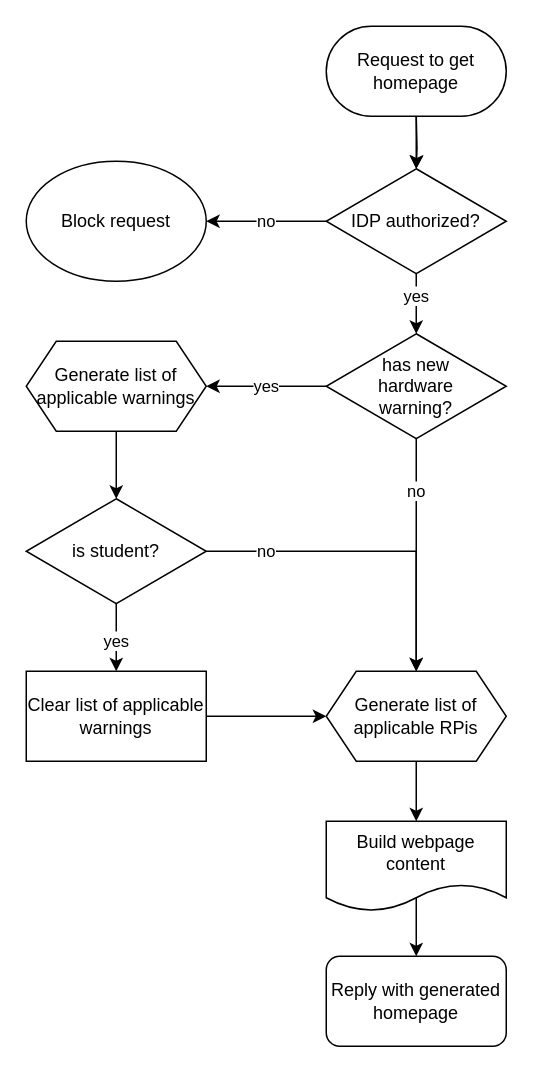
Before: docs/diagrams/get-ip.drawio in B-McDonnell/autopi, a draw.io diagram. Source tidied: cells renumbered, new cells numbered last; positions are measured from the earlier drawing's top-left corner, leaving out a move shared by most shapes. Both pictures are drawn from the tidied source at 150%, with x=0, y=0 at pixel (26, 26).
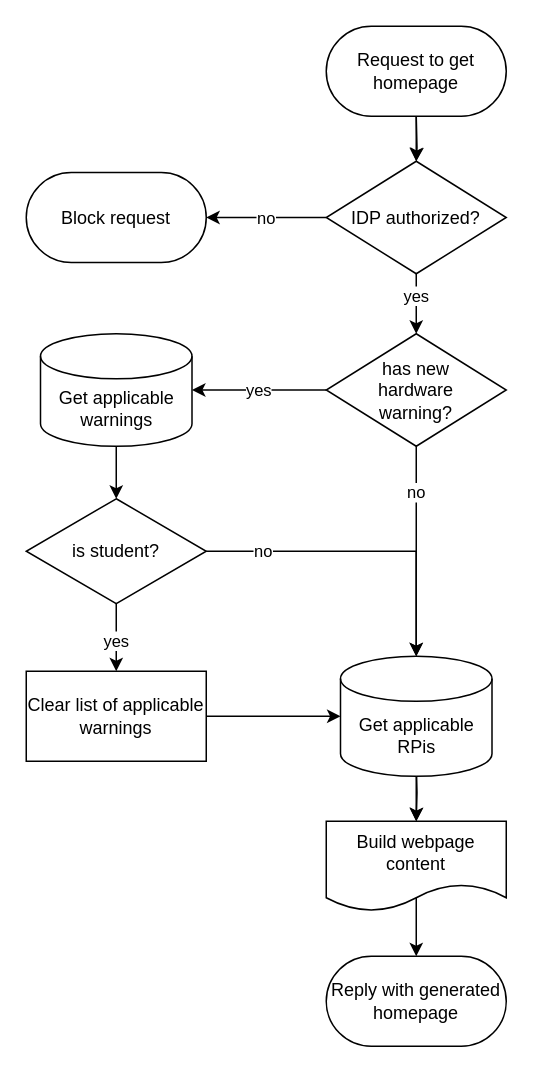
The same diagram, later.

Commit message (it also covers changes not shown here):
Corrected homepage creation abstraction

The change refers to these unchanged cells:
```xml
<mxCell id="10" value="Clear list of applicable warnings" style="rounded=1;whiteSpace=wrap;html=1;arcSize=0;" parent="1" vertex="1">
  <mxGeometry y="430" width="120" height="60" as="geometry" />
</mxCell>
<mxCell id="12" value="is student?" style="rhombus;whiteSpace=wrap;html=1;" parent="1" vertex="1">
  <mxGeometry y="315" width="120" height="70" as="geometry" />
</mxCell>
<mxCell id="16" value="Build webpage content" style="shape=document;whiteSpace=wrap;html=1;boundedLbl=1;" parent="1" vertex="1">
  <mxGeometry x="200" y="530" width="120" height="60" as="geometry" />
</mxCell>
```

What changed in the source:
```diff
@@
+    <mxCell id="3" value="yes" style="edgeStyle=orthogonalEdgeStyle;rounded=0;jettySize=auto;html=1;" parent="1" edge="1" source="4" target="9">
+      <mxGeometry x="-0.25" relative="1" as="geometry" />
+    </mxCell>
@@
-    <mxCell id="3" value="yes" style="edgeStyle=orthogonalEdgeStyle;rounded=0;jettySize=auto;html=1;" parent="1" edge="1" source="4" target="9">
-      <mxGeometry x="-0.25" relative="1" as="geometry" />
-    </mxCell>
     <mxCell id="4" value="IDP authorized?" style="rhombus;whiteSpace=wrap;html=1;" parent="1" vertex="1">
-      <mxGeometry x="200" y="95" width="120" height="70" as="geometry" />
+      <mxGeometry x="200" y="90" width="120" height="75" as="geometry" />
     </mxCell>
@@
-    <mxCell id="6" value="Block request" style="ellipse;whiteSpace=wrap;html=1;" parent="1" vertex="1">
-      <mxGeometry y="90" width="120" height="80" as="geometry" />
-    </mxCell>
-    <mxCell id="7" value="yes" style="edgeStyle=orthogonalEdgeStyle;rounded=0;jettySize=auto;html=1;" parent="1" edge="1" source="9" target="19">
+    <mxCell id="7" value="yes" style="edgeStyle=orthogonalEdgeStyle;rounded=0;jettySize=auto;html=1;" parent="1" edge="1" source="9" target="24">
       <mxGeometry relative="1" as="geometry" />
     </mxCell>
-    <mxCell id="8" value="no" style="edgeStyle=orthogonalEdgeStyle;rounded=0;jettySize=auto;html=1;" parent="1" edge="1" source="9" target="18">
+    <mxCell id="8" value="no" style="edgeStyle=orthogonalEdgeStyle;rounded=0;jettySize=auto;html=1;" parent="1" edge="1" source="9" target="26">
       <mxGeometry x="-0.55" relative="1" as="geometry" />
     </mxCell>
     <mxCell id="9" value="&lt;div&gt;has new&lt;/div&gt;&lt;div&gt;hardware&lt;/div&gt;&lt;div&gt;warning?&lt;/div&gt;" style="rhombus;whiteSpace=wrap;html=1;" parent="1" vertex="1">
-      <mxGeometry x="200" y="205" width="120" height="70" as="geometry" />
+      <mxGeometry x="200" y="205" width="120" height="75" as="geometry" />
     </mxCell>
@@
-    <mxCell id="11" value="no" style="edgeStyle=orthogonalEdgeStyle;rounded=0;jettySize=auto;html=1;entryX=0.5;entryY=0;entryDx=0;entryDy=0;" parent="1" edge="1" source="12" target="18">
+    <mxCell id="11" value="no" style="edgeStyle=orthogonalEdgeStyle;rounded=0;jettySize=auto;html=1;" parent="1" edge="1" source="12" target="26">
       <mxGeometry x="-0.64" relative="1" as="geometry" />
     </mxCell>
@@
-    <mxCell id="13" style="endArrow=classic;html=1;" parent="1" edge="1" source="19" target="12">
-      <mxGeometry relative="1" as="geometry" />
+    <mxCell id="13" style="endArrow=classic;html=1;" parent="1" edge="1" target="12">
+      <mxGeometry relative="1" as="geometry">
+        <mxPoint x="60" y="270" as="sourcePoint" />
+      </mxGeometry>
     </mxCell>
@@
-    <mxCell id="15" style="edgeStyle=orthogonalEdgeStyle;rounded=0;jettySize=auto;html=1;" parent="1" edge="1" source="18" target="16">
-      <mxGeometry relative="1" as="geometry" />
+    <mxCell id="15" style="edgeStyle=orthogonalEdgeStyle;rounded=0;jettySize=auto;html=1;" parent="1" edge="1" target="16">
+      <mxGeometry relative="1" as="geometry">
+        <mxPoint x="260" y="490" as="sourcePoint" />
+      </mxGeometry>
     </mxCell>
@@
-    <mxCell id="18" value="Generate list of applicable RPis" style="shape=hexagon;perimeter=hexagonPerimeter2;whiteSpace=wrap;html=1;fixedSize=1;" parent="1" vertex="1">
-      <mxGeometry x="200" y="430" width="120" height="60" as="geometry" />
-    </mxCell>
-    <mxCell id="19" value="&lt;div&gt;Generate list of &lt;br&gt;&lt;/div&gt;&lt;div&gt;applicable warnings&lt;/div&gt;" style="shape=hexagon;perimeter=hexagonPerimeter2;whiteSpace=wrap;html=1;fixedSize=1;" parent="1" vertex="1">
-      <mxGeometry y="210" width="120" height="60" as="geometry" />
-    </mxCell>
-    <mxCell id="20" style="endArrow=classic;html=1;" parent="1" edge="1" source="10" target="18">
+    <mxCell id="20" style="endArrow=classic;html=1;" parent="1" edge="1" source="10" target="26">
       <mxGeometry relative="1" as="geometry" />
     </mxCell>
@@
-    <mxCell id="23" value="Reply with generated homepage" style="rounded=1;whiteSpace=wrap;html=1;" parent="1" vertex="1">
+    <mxCell id="23" value="Reply with generated homepage" style="rounded=1;whiteSpace=wrap;html=1;arcSize=50;" parent="1" vertex="1">
       <mxGeometry x="200" y="620" width="120" height="60" as="geometry" />
     </mxCell>
+    <mxCell id="24" value="Get applicable warnings" style="shape=cylinder3;whiteSpace=wrap;html=1;boundedLbl=1;backgroundOutline=1;size=15;" parent="1" vertex="1">
+      <mxGeometry x="9.5" y="205" width="101" height="75" as="geometry" />
+    </mxCell>
+    <mxCell id="6" value="Block request" style="rounded=1;whiteSpace=wrap;html=1;arcSize=50;" parent="1" vertex="1">
+      <mxGeometry y="97.5" width="120" height="60" as="geometry" />
+    </mxCell>
+    <mxCell id="25" style="edgeStyle=orthogonalEdgeStyle;rounded=0;jettySize=auto;html=1;" parent="1" edge="1" source="26" target="16">
+      <mxGeometry relative="1" as="geometry" />
+    </mxCell>
+    <mxCell id="26" value="Get applicable RPis" style="shape=cylinder3;whiteSpace=wrap;html=1;boundedLbl=1;backgroundOutline=1;size=15;" parent="1" vertex="1">
+      <mxGeometry x="209.5" y="420" width="101" height="80" as="geometry" />
+    </mxCell>
```
